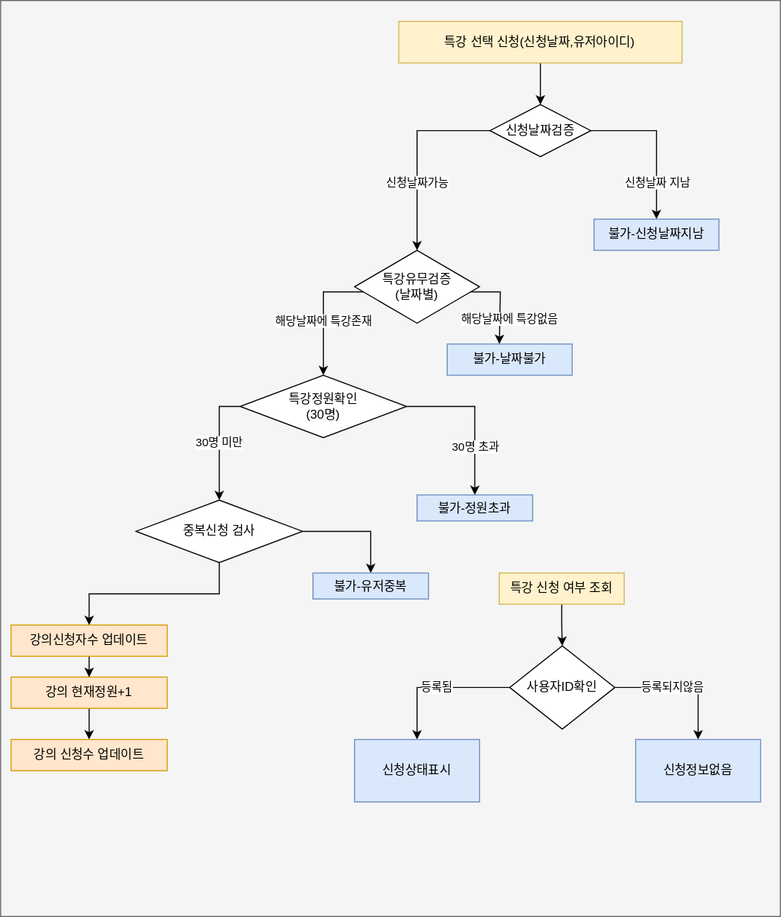
This is src/main/java/com/tdd/speciallectureapply/document/diagram/2.service-flow.svg from kabalport/special-lecture-apply, a draw.io export, as it was before one commit. Source tidied: cells renumbered, new cells last; positions are measured from the earlier drawing's top-left corner, leaving out a move shared by most shapes.
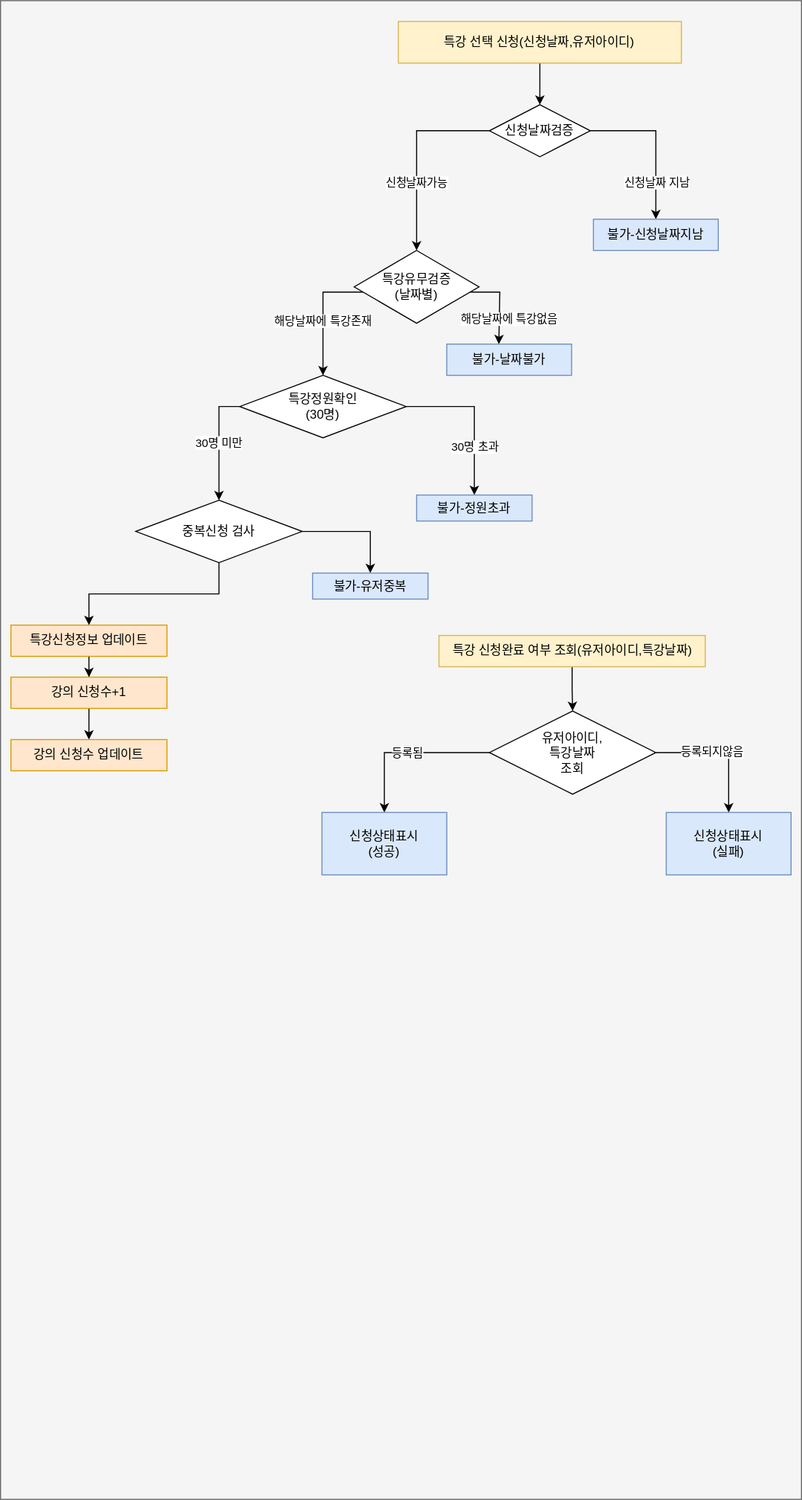
After the change.

What changed in the source:
```diff
@@ -3,7 +3,7 @@
     <mxCell id="0" />
     <mxCell id="1" parent="0" />
     <mxCell id="2" style="rounded=0;whiteSpace=wrap;html=1;fillColor=#f5f5f5;strokeColor=#666666;fontColor=#333333;" parent="1" vertex="1">
-      <mxGeometry width="749" height="880" as="geometry" />
+      <mxGeometry width="770" height="1440" as="geometry" />
     </mxCell>
     <mxCell id="3" style="edgeStyle=orthogonalEdgeStyle;rounded=0;jettySize=auto;html=1;" parent="1" edge="1" source="4" target="8">
       <mxGeometry relative="1" as="geometry" />
@@ -72,8 +72,8 @@
     <mxCell id="19" style="edgeStyle=orthogonalEdgeStyle;rounded=0;jettySize=auto;html=1;" parent="1" edge="1" source="20" target="24">
       <mxGeometry relative="1" as="geometry" />
     </mxCell>
-    <mxCell id="20" value="특강 신청 여부 조회" style="rounded=0;whiteSpace=wrap;html=1;fillColor=#fff2cc;strokeColor=#d6b656;" parent="1" vertex="1">
-      <mxGeometry x="479" y="550" width="120" height="30" as="geometry" />
+    <mxCell id="20" value="특강 신청완료 여부 조회(유저아이디,특강날짜)" style="rounded=0;whiteSpace=wrap;html=1;fillColor=#fff2cc;strokeColor=#d6b656;" parent="1" vertex="1">
+      <mxGeometry x="421.5" y="610" width="256" height="30" as="geometry" />
     </mxCell>
     <mxCell id="21" style="edgeStyle=orthogonalEdgeStyle;rounded=0;jettySize=auto;html=1;entryX=0.5;entryY=0;entryDx=0;entryDy=0;" parent="1" edge="1" source="24" target="25">
       <mxGeometry relative="1" as="geometry" />
@@ -84,14 +84,14 @@
     <mxCell id="23" value="등록됨" style="edgeStyle=orthogonalEdgeStyle;rounded=0;jettySize=auto;html=1;" parent="1" edge="1" source="24" target="26">
       <mxGeometry relative="1" as="geometry" />
     </mxCell>
-    <mxCell id="24" value="사용자ID확인" style="rhombus;whiteSpace=wrap;html=1;" parent="1" vertex="1">
-      <mxGeometry x="489" y="620" width="101" height="80" as="geometry" />
+    <mxCell id="24" value="유저아이디,&lt;br&gt;특강날짜&lt;br&gt;조회" style="rhombus;whiteSpace=wrap;html=1;" parent="1" vertex="1">
+      <mxGeometry x="470" y="682.5" width="160" height="80" as="geometry" />
     </mxCell>
-    <mxCell id="25" value="신청정보없음" style="rounded=0;whiteSpace=wrap;html=1;fillColor=#dae8fc;strokeColor=#6c8ebf;" parent="1" vertex="1">
-      <mxGeometry x="610" y="710" width="120" height="60" as="geometry" />
+    <mxCell id="25" value="신청상태표시&lt;br&gt;(실패)" style="rounded=0;whiteSpace=wrap;html=1;fillColor=#dae8fc;strokeColor=#6c8ebf;" parent="1" vertex="1">
+      <mxGeometry x="640" y="780" width="120" height="60" as="geometry" />
     </mxCell>
-    <mxCell id="26" value="신청상태표시" style="rounded=0;whiteSpace=wrap;html=1;fillColor=#dae8fc;strokeColor=#6c8ebf;" parent="1" vertex="1">
-      <mxGeometry x="340" y="710" width="120" height="60" as="geometry" />
+    <mxCell id="26" value="신청상태표시&lt;br&gt;(성공)" style="rounded=0;whiteSpace=wrap;html=1;fillColor=#dae8fc;strokeColor=#6c8ebf;" parent="1" vertex="1">
+      <mxGeometry x="309" y="780" width="120" height="60" as="geometry" />
     </mxCell>
     <mxCell id="27" style="edgeStyle=orthogonalEdgeStyle;rounded=0;orthogonalLoop=1;jettySize=auto;html=1;exitX=0.5;exitY=1;exitDx=0;exitDy=0;" parent="1" edge="1" source="18" target="18">
       <mxGeometry relative="1" as="geometry" />
@@ -99,7 +99,7 @@
     <mxCell id="28" style="edgeStyle=orthogonalEdgeStyle;rounded=0;jettySize=auto;html=1;entryX=0.5;entryY=0;entryDx=0;entryDy=0;" parent="1" edge="1" source="29" target="35">
       <mxGeometry relative="1" as="geometry" />
     </mxCell>
-    <mxCell id="29" value="강의신청자수 업데이트" style="rounded=0;whiteSpace=wrap;html=1;fillColor=#ffe6cc;strokeColor=#d79b00;" parent="1" vertex="1">
+    <mxCell id="29" value="특강신청정보 업데이트" style="rounded=0;whiteSpace=wrap;html=1;fillColor=#ffe6cc;strokeColor=#d79b00;" parent="1" vertex="1">
       <mxGeometry x="10" y="600" width="150" height="30" as="geometry" />
     </mxCell>
     <mxCell id="30" style="edgeStyle=orthogonalEdgeStyle;rounded=0;jettySize=auto;html=1;entryX=0.5;entryY=0;entryDx=0;entryDy=0;" parent="1" edge="1" source="32" target="29">
@@ -117,7 +117,7 @@
     <mxCell id="34" style="edgeStyle=orthogonalEdgeStyle;rounded=0;jettySize=auto;html=1;entryX=0.5;entryY=0;entryDx=0;entryDy=0;" parent="1" edge="1" source="35" target="36">
       <mxGeometry relative="1" as="geometry" />
     </mxCell>
-    <mxCell id="35" value="강의 현재정원+1" style="rounded=0;whiteSpace=wrap;html=1;fillColor=#ffe6cc;strokeColor=#d79b00;" parent="1" vertex="1">
+    <mxCell id="35" value="강의 신청수+1" style="rounded=0;whiteSpace=wrap;html=1;fillColor=#ffe6cc;strokeColor=#d79b00;" parent="1" vertex="1">
       <mxGeometry x="10" y="650" width="150" height="30" as="geometry" />
     </mxCell>
     <mxCell id="36" value="강의 신청수 업데이트" style="rounded=0;whiteSpace=wrap;html=1;fillColor=#ffe6cc;strokeColor=#d79b00;" parent="1" vertex="1">
```
